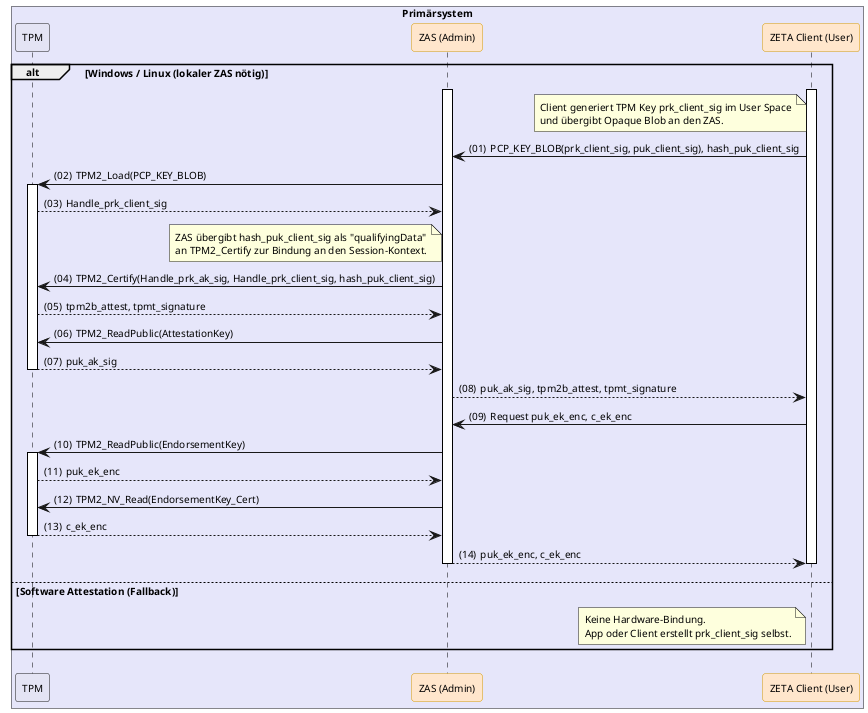
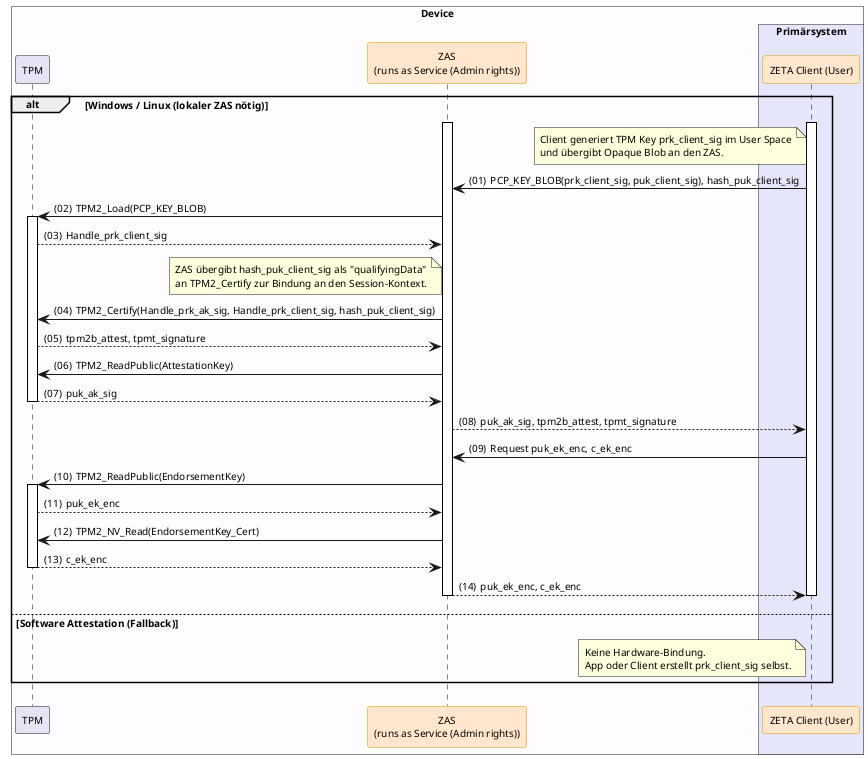
@startuml "key-preparation"
autonumber "(00)"
skinparam defaultFontSize 10
skinparam defaultFontName Helvetica
skinparam DefaultMonospacedFontName Courier
skinparam lengthAdjust none
skinparam sequenceReferenceBackgroundColor White
skinparam SequenceReferenceFontSize 12
skinparam sequenceMessageAlign left
hide stereotype

' Box colors
!define LEI_COLOR #GhostWhite
!define LEI_COMPONENT_COLOR #E4E4F4
!define PRIMAERSYSTEM_COLOR #Lavender
- !define MOBILE_COLOR #E6F7FF
+ !define MOBILE_COLOR #fefcff

' Participant colors
<style>
sequenceDiagram {
  participant {
    .zeta {
      BackgroundColor #FFE6CC
      LineColor #D79B00
    }
  }
  lifeline {
    BackgroundColor White
    LineColor Black
  }
}
</style>

!pragma teoz true

- box "Primärsystem" PRIMAERSYSTEM_COLOR
+ box "Device" MOBILE_COLOR
  participant "TPM" as TPM LEI_COMPONENT_COLOR
-   participant ZAS as "ZAS (Admin)" <<zeta>>
-   participant Client as "ZETA Client (User)" <<zeta>>
+   participant ZAS as "ZAS\n(runs as Service (Admin rights))" <<zeta>>
+   box "Primärsystem" PRIMAERSYSTEM_COLOR
+     participant Client as "ZETA Client (User)" <<zeta>>
+   end box
end box

alt Windows / Linux (lokaler ZAS nötig)

    Client++
    ZAS++

    note left of Client: Client generiert TPM Key prk_client_sig im User Space\nund übergibt Opaque Blob an den ZAS.
    Client -> ZAS: PCP_KEY_BLOB(prk_client_sig, puk_client_sig), hash_puk_client_sig

    ZAS -> TPM++: TPM2_Load(PCP_KEY_BLOB)
    TPM --> ZAS: Handle_prk_client_sig

    note left of ZAS: ZAS übergibt hash_puk_client_sig als "qualifyingData"\nan TPM2_Certify zur Bindung an den Session-Kontext.
    ZAS -> TPM: TPM2_Certify(Handle_prk_ak_sig, Handle_prk_client_sig, hash_puk_client_sig)
    TPM --> ZAS: tpm2b_attest, tpmt_signature
    ZAS -> TPM: TPM2_ReadPublic(AttestationKey)
    TPM --> ZAS--: puk_ak_sig

    ZAS --> Client: puk_ak_sig, tpm2b_attest, tpmt_signature

    Client -> ZAS: Request puk_ek_enc, c_ek_enc
    ZAS -> TPM++: TPM2_ReadPublic(EndorsementKey)
    TPM --> ZAS: puk_ek_enc
    ZAS -> TPM: TPM2_NV_Read(EndorsementKey_Cert)
    TPM --> ZAS--: c_ek_enc
    ZAS --> Client--: puk_ek_enc, c_ek_enc
    Client--

else Software Attestation (Fallback)
    note left of Client: Keine Hardware-Bindung.\nApp oder Client erstellt prk_client_sig selbst.
end

@enduml